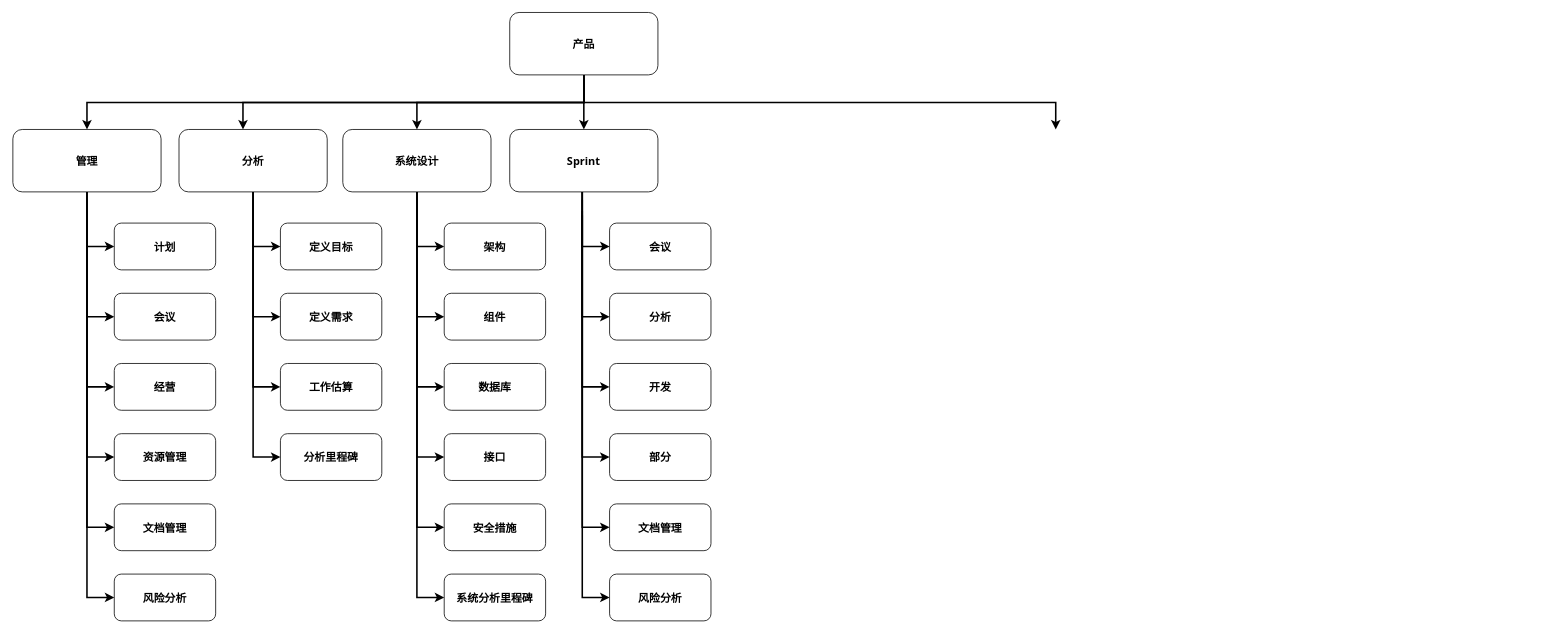
Earlier version of the draw.io diagram wbs-dr.drawio (RAND1925/drawio_draft). Source tidied: cells renumbered, new cells numbered last; positions are measured from the earlier drawing's top-left corner, leaving out a move shared by most shapes. Both pictures are drawn from the tidied source at 78%, with x=0, y=0 at pixel (12, 12).
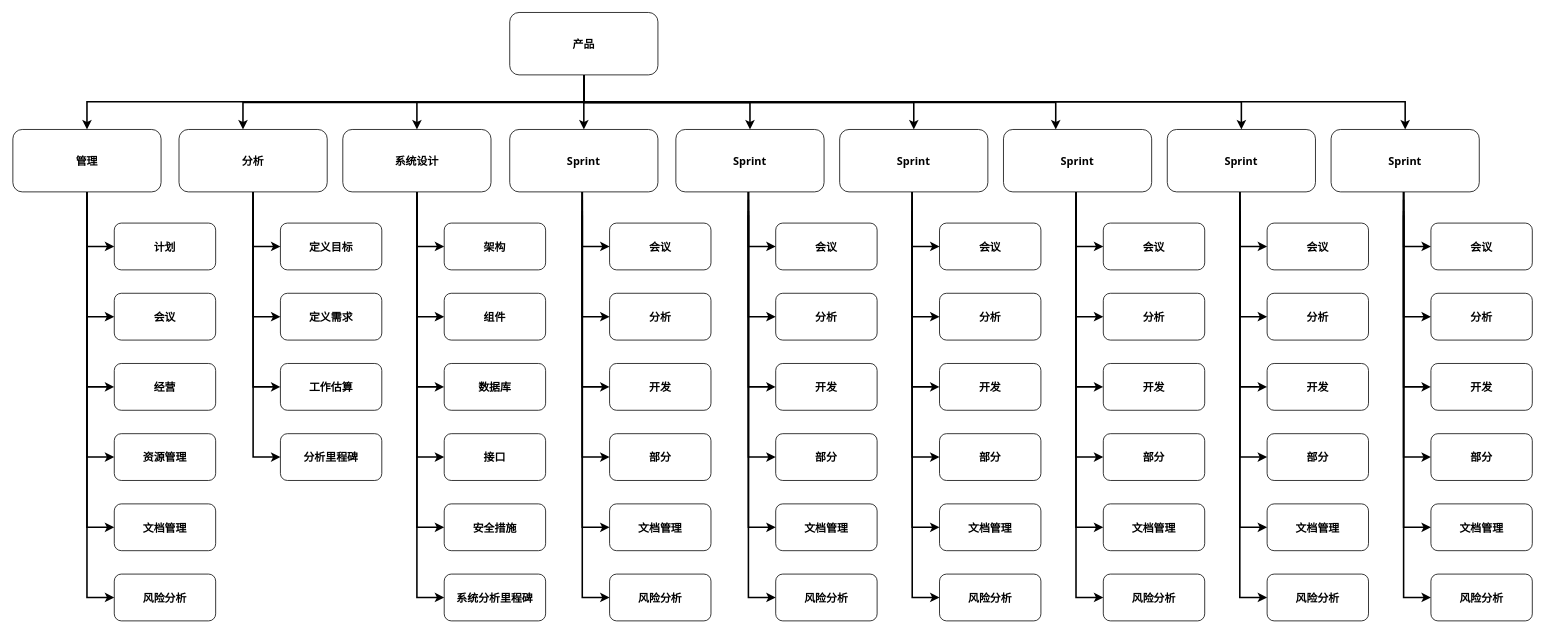
After the change.

Unchanged cells that the change refers to:
```xml
<mxCell id="2" value="产品" style="rounded=1;fontStyle=1;fontFamily=Tahoma;fontSize=14;" parent="1" vertex="1">
  <mxGeometry x="637" y="-0.5" width="190" height="80" as="geometry" />
</mxCell>
<mxCell id="4" value="Sprint" style="rounded=1;fontStyle=1;fontFamily=Tahoma;fontSize=14;" parent="1" vertex="1">
  <mxGeometry x="637" y="149.5" width="190" height="80" as="geometry" />
</mxCell>
<mxCell id="5" value="管理" style="rounded=1;fontStyle=1;fontFamily=Tahoma;fontSize=14;" parent="1" vertex="1">
  <mxGeometry y="149.5" width="190" height="80" as="geometry" />
</mxCell>
<mxCell id="29" value="系统设计" style="rounded=1;fontStyle=1;fontFamily=Tahoma;fontSize=14;" parent="1" vertex="1">
  <mxGeometry x="423" y="149.5" width="190" height="80" as="geometry" />
</mxCell>
<mxCell id="40" value="系统分析里程碑" style="rounded=1;fontStyle=1;fontFamily=Tahoma;fontSize=14;" parent="1" vertex="1">
  <mxGeometry x="553" y="719.5" width="130" height="60" as="geometry" />
</mxCell>
```

What changed in the source:
```diff
@@
     <mxCell id="10" style="edgeStyle=elbowEdgeStyle;elbow=vertical;strokeWidth=2;rounded=0;" parent="1" edge="1" source="2" target="5">
-      <mxGeometry x="-23" y="135.5" as="geometry" />
+      <mxGeometry x="-23" y="135.5" as="geometry">
+        <Array as="points">
+          <mxPoint x="420" y="114" />
+        </Array>
+      </mxGeometry>
     </mxCell>
@@
     <mxCell id="38" style="edgeStyle=elbowEdgeStyle;elbow=vertical;strokeWidth=2;rounded=0;entryX=0.5;entryY=0;entryDx=0;entryDy=0;exitX=0.5;exitY=1;exitDx=0;exitDy=0;" parent="1" edge="1" source="2" target="29">
-      <mxGeometry x="-25" y="135.5" as="geometry" />
+      <mxGeometry x="-25" y="135.5" as="geometry">
+        <Array as="points">
+          <mxPoint x="630" y="114" />
+        </Array>
+      </mxGeometry>
     </mxCell>
@@
     <mxCell id="42" style="edgeStyle=elbowEdgeStyle;elbow=horizontal;strokeWidth=2;rounded=0;entryX=0;entryY=0.5;entryDx=0;entryDy=0;" parent="1" edge="1" target="40">
       <mxGeometry x="413" y="220" as="geometry">
         <mxPoint x="518" y="314" as="sourcePoint" />
         <Array as="points">
+          <mxPoint x="518" y="514" />
           <mxPoint x="518" y="424" />
         </Array>
       </mxGeometry>
     </mxCell>
@@
-    <mxCell id="55" style="edgeStyle=elbowEdgeStyle;elbow=vertical;strokeWidth=2;rounded=0;entryX=0.5;entryY=0;entryDx=0;entryDy=0;" parent="1" edge="1" target="4">
-      <mxGeometry x="-15" y="145.5" as="geometry">
-        <mxPoint x="732" y="84" as="sourcePoint" />
-        <Array as="points">
-          <mxPoint x="740" y="116" />
-        </Array>
-      </mxGeometry>
-    </mxCell>
+    <mxCell id="56" value="Sprint" style="rounded=1;fontStyle=1;fontFamily=Tahoma;fontSize=14;" parent="1" vertex="1">
+      <mxGeometry x="850" y="149.5" width="190" height="80" as="geometry" />
+    </mxCell>
+    <mxCell id="57" value="会议" style="rounded=1;fontStyle=1;fontFamily=Tahoma;fontSize=14;" parent="1" vertex="1">
+      <mxGeometry x="978" y="269.5" width="130" height="60" as="geometry" />
+    </mxCell>
+    <mxCell id="58" value="分析" style="rounded=1;fontStyle=1;fontFamily=Tahoma;fontSize=14;" parent="1" vertex="1">
+      <mxGeometry x="978" y="359.5" width="130" height="60" as="geometry" />
+    </mxCell>
+    <mxCell id="59" value="开发" style="rounded=1;fontStyle=1;fontFamily=Tahoma;fontSize=14;" parent="1" vertex="1">
+      <mxGeometry x="978" y="449.5" width="130" height="60" as="geometry" />
+    </mxCell>
+    <mxCell id="60" style="edgeStyle=elbowEdgeStyle;elbow=horizontal;strokeWidth=2;rounded=0;" parent="1" edge="1" target="57">
+      <mxGeometry x="838" y="135.5" as="geometry">
+        <mxPoint x="943" y="229.5" as="sourcePoint" />
+        <Array as="points">
+          <mxPoint x="943" y="249.5" />
+        </Array>
+      </mxGeometry>
+    </mxCell>
+    <mxCell id="61" style="edgeStyle=elbowEdgeStyle;elbow=horizontal;strokeWidth=2;rounded=0;" parent="1" edge="1" target="58">
+      <mxGeometry x="838" y="135.5" as="geometry">
+        <mxPoint x="943" y="229.5" as="sourcePoint" />
+        <Array as="points">
+          <mxPoint x="943" y="289.5" />
+        </Array>
+      </mxGeometry>
+    </mxCell>
+    <mxCell id="62" style="edgeStyle=elbowEdgeStyle;elbow=horizontal;strokeWidth=2;rounded=0;" parent="1" edge="1" target="59">
+      <mxGeometry x="838" y="135.5" as="geometry">
+        <mxPoint x="943" y="229.5" as="sourcePoint" />
+        <Array as="points">
+          <mxPoint x="943" y="339.5" />
+        </Array>
+      </mxGeometry>
+    </mxCell>
+    <mxCell id="63" value="部分" style="rounded=1;fontStyle=1;fontFamily=Tahoma;fontSize=14;" parent="1" vertex="1">
+      <mxGeometry x="978" y="539.5" width="130" height="60" as="geometry" />
+    </mxCell>
+    <mxCell id="64" value="文档管理" style="rounded=1;fontStyle=1;fontFamily=Tahoma;fontSize=14;" parent="1" vertex="1">
+      <mxGeometry x="978" y="629.5" width="130" height="60" as="geometry" />
+    </mxCell>
+    <mxCell id="65" value="风险分析" style="rounded=1;fontStyle=1;fontFamily=Tahoma;fontSize=14;" parent="1" vertex="1">
+      <mxGeometry x="978" y="719.5" width="130" height="60" as="geometry" />
+    </mxCell>
+    <mxCell id="66" style="edgeStyle=elbowEdgeStyle;elbow=horizontal;strokeWidth=2;rounded=0;entryX=0;entryY=0.5;entryDx=0;entryDy=0;" parent="1" edge="1" target="63">
+      <mxGeometry x="838" y="145.5" as="geometry">
+        <mxPoint x="943" y="239.5" as="sourcePoint" />
+        <Array as="points">
+          <mxPoint x="943" y="349.5" />
+        </Array>
+      </mxGeometry>
+    </mxCell>
+    <mxCell id="67" style="edgeStyle=elbowEdgeStyle;elbow=horizontal;strokeWidth=2;rounded=0;entryX=0;entryY=0.5;entryDx=0;entryDy=0;" parent="1" edge="1" target="64">
+      <mxGeometry x="838" y="160" as="geometry">
+        <mxPoint x="943" y="254" as="sourcePoint" />
+        <Array as="points">
+          <mxPoint x="943" y="364" />
+        </Array>
+      </mxGeometry>
+    </mxCell>
+    <mxCell id="68" style="edgeStyle=elbowEdgeStyle;elbow=horizontal;strokeWidth=2;rounded=0;entryX=0;entryY=0.5;entryDx=0;entryDy=0;" parent="1" edge="1" target="65">
+      <mxGeometry x="838" y="165.5" as="geometry">
+        <mxPoint x="943" y="259.5" as="sourcePoint" />
+        <Array as="points">
+          <mxPoint x="943" y="369.5" />
+        </Array>
+      </mxGeometry>
+    </mxCell>
+    <mxCell id="69" value="Sprint" style="rounded=1;fontStyle=1;fontFamily=Tahoma;fontSize=14;" parent="1" vertex="1">
+      <mxGeometry x="1060" y="149.5" width="190" height="80" as="geometry" />
+    </mxCell>
+    <mxCell id="70" value="会议" style="rounded=1;fontStyle=1;fontFamily=Tahoma;fontSize=14;" parent="1" vertex="1">
+      <mxGeometry x="1188" y="269.5" width="130" height="60" as="geometry" />
+    </mxCell>
+    <mxCell id="71" value="分析" style="rounded=1;fontStyle=1;fontFamily=Tahoma;fontSize=14;" parent="1" vertex="1">
+      <mxGeometry x="1188" y="359.5" width="130" height="60" as="geometry" />
+    </mxCell>
+    <mxCell id="72" value="开发" style="rounded=1;fontStyle=1;fontFamily=Tahoma;fontSize=14;" parent="1" vertex="1">
+      <mxGeometry x="1188" y="449.5" width="130" height="60" as="geometry" />
+    </mxCell>
+    <mxCell id="73" style="edgeStyle=elbowEdgeStyle;elbow=horizontal;strokeWidth=2;rounded=0;" parent="1" edge="1" target="70">
+      <mxGeometry x="1048" y="135.5" as="geometry">
+        <mxPoint x="1153" y="229.5" as="sourcePoint" />
+        <Array as="points">
+          <mxPoint x="1153" y="249.5" />
+        </Array>
+      </mxGeometry>
+    </mxCell>
+    <mxCell id="74" style="edgeStyle=elbowEdgeStyle;elbow=horizontal;strokeWidth=2;rounded=0;" parent="1" edge="1" target="71">
+      <mxGeometry x="1048" y="135.5" as="geometry">
+        <mxPoint x="1153" y="229.5" as="sourcePoint" />
+        <Array as="points">
+          <mxPoint x="1153" y="289.5" />
+        </Array>
+      </mxGeometry>
+    </mxCell>
+    <mxCell id="75" style="edgeStyle=elbowEdgeStyle;elbow=horizontal;strokeWidth=2;rounded=0;" parent="1" edge="1" target="72">
+      <mxGeometry x="1048" y="135.5" as="geometry">
+        <mxPoint x="1153" y="229.5" as="sourcePoint" />
+        <Array as="points">
+          <mxPoint x="1153" y="339.5" />
+        </Array>
+      </mxGeometry>
+    </mxCell>
+    <mxCell id="76" value="部分" style="rounded=1;fontStyle=1;fontFamily=Tahoma;fontSize=14;" parent="1" vertex="1">
+      <mxGeometry x="1188" y="539.5" width="130" height="60" as="geometry" />
+    </mxCell>
+    <mxCell id="77" value="文档管理" style="rounded=1;fontStyle=1;fontFamily=Tahoma;fontSize=14;" parent="1" vertex="1">
+      <mxGeometry x="1188" y="629.5" width="130" height="60" as="geometry" />
+    </mxCell>
+    <mxCell id="78" value="风险分析" style="rounded=1;fontStyle=1;fontFamily=Tahoma;fontSize=14;" parent="1" vertex="1">
+      <mxGeometry x="1188" y="719.5" width="130" height="60" as="geometry" />
+    </mxCell>
+    <mxCell id="79" style="edgeStyle=elbowEdgeStyle;elbow=horizontal;strokeWidth=2;rounded=0;entryX=0;entryY=0.5;entryDx=0;entryDy=0;" parent="1" edge="1" target="76">
+      <mxGeometry x="1048" y="145.5" as="geometry">
+        <mxPoint x="1153" y="239.5" as="sourcePoint" />
+        <Array as="points">
+          <mxPoint x="1153" y="349.5" />
+        </Array>
+      </mxGeometry>
+    </mxCell>
+    <mxCell id="80" style="edgeStyle=elbowEdgeStyle;elbow=horizontal;strokeWidth=2;rounded=0;entryX=0;entryY=0.5;entryDx=0;entryDy=0;" parent="1" edge="1" target="77">
+      <mxGeometry x="1048" y="160" as="geometry">
+        <mxPoint x="1153" y="254" as="sourcePoint" />
+        <Array as="points">
+          <mxPoint x="1153" y="364" />
+        </Array>
+      </mxGeometry>
+    </mxCell>
+    <mxCell id="81" style="edgeStyle=elbowEdgeStyle;elbow=horizontal;strokeWidth=2;rounded=0;entryX=0;entryY=0.5;entryDx=0;entryDy=0;" parent="1" edge="1" target="78">
+      <mxGeometry x="1048" y="165.5" as="geometry">
+        <mxPoint x="1153" y="259.5" as="sourcePoint" />
+        <Array as="points">
+          <mxPoint x="1153" y="369.5" />
+        </Array>
+      </mxGeometry>
+    </mxCell>
+    <mxCell id="82" value="Sprint" style="rounded=1;fontStyle=1;fontFamily=Tahoma;fontSize=14;" parent="1" vertex="1">
+      <mxGeometry x="1270" y="149.5" width="190" height="80" as="geometry" />
+    </mxCell>
+    <mxCell id="83" value="会议" style="rounded=1;fontStyle=1;fontFamily=Tahoma;fontSize=14;" parent="1" vertex="1">
+      <mxGeometry x="1398" y="269.5" width="130" height="60" as="geometry" />
+    </mxCell>
+    <mxCell id="84" value="分析" style="rounded=1;fontStyle=1;fontFamily=Tahoma;fontSize=14;" parent="1" vertex="1">
+      <mxGeometry x="1398" y="359.5" width="130" height="60" as="geometry" />
+    </mxCell>
+    <mxCell id="85" value="开发" style="rounded=1;fontStyle=1;fontFamily=Tahoma;fontSize=14;" parent="1" vertex="1">
+      <mxGeometry x="1398" y="449.5" width="130" height="60" as="geometry" />
+    </mxCell>
+    <mxCell id="86" style="edgeStyle=elbowEdgeStyle;elbow=horizontal;strokeWidth=2;rounded=0;" parent="1" edge="1" target="83">
+      <mxGeometry x="1258" y="135.5" as="geometry">
+        <mxPoint x="1363" y="229.5" as="sourcePoint" />
+        <Array as="points">
+          <mxPoint x="1363" y="249.5" />
+        </Array>
+      </mxGeometry>
+    </mxCell>
+    <mxCell id="87" style="edgeStyle=elbowEdgeStyle;elbow=horizontal;strokeWidth=2;rounded=0;" parent="1" edge="1" target="84">
+      <mxGeometry x="1258" y="135.5" as="geometry">
+        <mxPoint x="1363" y="229.5" as="sourcePoint" />
+        <Array as="points">
+          <mxPoint x="1363" y="289.5" />
+        </Array>
+      </mxGeometry>
+    </mxCell>
+    <mxCell id="88" style="edgeStyle=elbowEdgeStyle;elbow=horizontal;strokeWidth=2;rounded=0;" parent="1" edge="1" target="85">
+      <mxGeometry x="1258" y="135.5" as="geometry">
+        <mxPoint x="1363" y="229.5" as="sourcePoint" />
+        <Array as="points">
+          <mxPoint x="1363" y="339.5" />
+        </Array>
+      </mxGeometry>
+    </mxCell>
+    <mxCell id="89" value="部分" style="rounded=1;fontStyle=1;fontFamily=Tahoma;fontSize=14;" parent="1" vertex="1">
+      <mxGeometry x="1398" y="539.5" width="130" height="60" as="geometry" />
+    </mxCell>
+    <mxCell id="90" value="文档管理" style="rounded=1;fontStyle=1;fontFamily=Tahoma;fontSize=14;" parent="1" vertex="1">
+      <mxGeometry x="1398" y="629.5" width="130" height="60" as="geometry" />
+    </mxCell>
+    <mxCell id="91" value="风险分析" style="rounded=1;fontStyle=1;fontFamily=Tahoma;fontSize=14;" parent="1" vertex="1">
+      <mxGeometry x="1398" y="719.5" width="130" height="60" as="geometry" />
+    </mxCell>
+    <mxCell id="92" style="edgeStyle=elbowEdgeStyle;elbow=horizontal;strokeWidth=2;rounded=0;entryX=0;entryY=0.5;entryDx=0;entryDy=0;" parent="1" edge="1" target="89">
+      <mxGeometry x="1258" y="145.5" as="geometry">
+        <mxPoint x="1363" y="239.5" as="sourcePoint" />
+        <Array as="points">
+          <mxPoint x="1363" y="349.5" />
+        </Array>
+      </mxGeometry>
+    </mxCell>
+    <mxCell id="93" style="edgeStyle=elbowEdgeStyle;elbow=horizontal;strokeWidth=2;rounded=0;entryX=0;entryY=0.5;entryDx=0;entryDy=0;" parent="1" edge="1" target="90">
+      <mxGeometry x="1258" y="160" as="geometry">
+        <mxPoint x="1363" y="254" as="sourcePoint" />
+        <Array as="points">
+          <mxPoint x="1363" y="364" />
+        </Array>
+      </mxGeometry>
+    </mxCell>
+    <mxCell id="94" style="edgeStyle=elbowEdgeStyle;elbow=horizontal;strokeWidth=2;rounded=0;entryX=0;entryY=0.5;entryDx=0;entryDy=0;" parent="1" edge="1" target="91">
+      <mxGeometry x="1258" y="165.5" as="geometry">
+        <mxPoint x="1363" y="259.5" as="sourcePoint" />
+        <Array as="points">
+          <mxPoint x="1363" y="369.5" />
+        </Array>
+      </mxGeometry>
+    </mxCell>
+    <mxCell id="95" value="Sprint" style="rounded=1;fontStyle=1;fontFamily=Tahoma;fontSize=14;" parent="1" vertex="1">
+      <mxGeometry x="1480" y="149.5" width="190" height="80" as="geometry" />
+    </mxCell>
+    <mxCell id="96" value="会议" style="rounded=1;fontStyle=1;fontFamily=Tahoma;fontSize=14;" parent="1" vertex="1">
+      <mxGeometry x="1608" y="269.5" width="130" height="60" as="geometry" />
+    </mxCell>
+    <mxCell id="97" value="分析" style="rounded=1;fontStyle=1;fontFamily=Tahoma;fontSize=14;" parent="1" vertex="1">
+      <mxGeometry x="1608" y="359.5" width="130" height="60" as="geometry" />
+    </mxCell>
+    <mxCell id="98" value="开发" style="rounded=1;fontStyle=1;fontFamily=Tahoma;fontSize=14;" parent="1" vertex="1">
+      <mxGeometry x="1608" y="449.5" width="130" height="60" as="geometry" />
+    </mxCell>
+    <mxCell id="99" style="edgeStyle=elbowEdgeStyle;elbow=horizontal;strokeWidth=2;rounded=0;" parent="1" edge="1" target="96">
+      <mxGeometry x="1468" y="135.5" as="geometry">
+        <mxPoint x="1573" y="229.5" as="sourcePoint" />
+        <Array as="points">
+          <mxPoint x="1573" y="249.5" />
+        </Array>
+      </mxGeometry>
+    </mxCell>
+    <mxCell id="100" style="edgeStyle=elbowEdgeStyle;elbow=horizontal;strokeWidth=2;rounded=0;" parent="1" edge="1" target="97">
+      <mxGeometry x="1468" y="135.5" as="geometry">
+        <mxPoint x="1573" y="229.5" as="sourcePoint" />
+        <Array as="points">
+          <mxPoint x="1573" y="289.5" />
+        </Array>
+      </mxGeometry>
+    </mxCell>
+    <mxCell id="101" style="edgeStyle=elbowEdgeStyle;elbow=horizontal;strokeWidth=2;rounded=0;" parent="1" edge="1" target="98">
+      <mxGeometry x="1468" y="135.5" as="geometry">
+        <mxPoint x="1573" y="229.5" as="sourcePoint" />
+        <Array as="points">
+          <mxPoint x="1573" y="339.5" />
+        </Array>
+      </mxGeometry>
+    </mxCell>
+    <mxCell id="102" value="部分" style="rounded=1;fontStyle=1;fontFamily=Tahoma;fontSize=14;" parent="1" vertex="1">
+      <mxGeometry x="1608" y="539.5" width="130" height="60" as="geometry" />
+    </mxCell>
+    <mxCell id="103" value="文档管理" style="rounded=1;fontStyle=1;fontFamily=Tahoma;fontSize=14;" parent="1" vertex="1">
+      <mxGeometry x="1608" y="629.5" width="130" height="60" as="geometry" />
+    </mxCell>
+    <mxCell id="104" value="风险分析" style="rounded=1;fontStyle=1;fontFamily=Tahoma;fontSize=14;" parent="1" vertex="1">
+      <mxGeometry x="1608" y="719.5" width="130" height="60" as="geometry" />
+    </mxCell>
+    <mxCell id="105" style="edgeStyle=elbowEdgeStyle;elbow=horizontal;strokeWidth=2;rounded=0;entryX=0;entryY=0.5;entryDx=0;entryDy=0;" parent="1" edge="1" target="102">
+      <mxGeometry x="1468" y="145.5" as="geometry">
+        <mxPoint x="1573" y="239.5" as="sourcePoint" />
+        <Array as="points">
+          <mxPoint x="1573" y="349.5" />
+        </Array>
+      </mxGeometry>
+    </mxCell>
+    <mxCell id="106" style="edgeStyle=elbowEdgeStyle;elbow=horizontal;strokeWidth=2;rounded=0;entryX=0;entryY=0.5;entryDx=0;entryDy=0;" parent="1" edge="1" target="103">
+      <mxGeometry x="1468" y="160" as="geometry">
+        <mxPoint x="1573" y="254" as="sourcePoint" />
+        <Array as="points">
+          <mxPoint x="1573" y="364" />
+        </Array>
+      </mxGeometry>
+    </mxCell>
+    <mxCell id="107" style="edgeStyle=elbowEdgeStyle;elbow=horizontal;strokeWidth=2;rounded=0;entryX=0;entryY=0.5;entryDx=0;entryDy=0;" parent="1" edge="1" target="104">
+      <mxGeometry x="1468" y="165.5" as="geometry">
+        <mxPoint x="1573" y="259.5" as="sourcePoint" />
+        <Array as="points">
+          <mxPoint x="1573" y="369.5" />
+        </Array>
+      </mxGeometry>
+    </mxCell>
+    <mxCell id="108" value="Sprint" style="rounded=1;fontStyle=1;fontFamily=Tahoma;fontSize=14;" parent="1" vertex="1">
+      <mxGeometry x="1690" y="149.5" width="190" height="80" as="geometry" />
+    </mxCell>
+    <mxCell id="109" value="会议" style="rounded=1;fontStyle=1;fontFamily=Tahoma;fontSize=14;" parent="1" vertex="1">
+      <mxGeometry x="1818" y="269.5" width="130" height="60" as="geometry" />
+    </mxCell>
+    <mxCell id="110" value="分析" style="rounded=1;fontStyle=1;fontFamily=Tahoma;fontSize=14;" parent="1" vertex="1">
+      <mxGeometry x="1818" y="359.5" width="130" height="60" as="geometry" />
+    </mxCell>
+    <mxCell id="111" value="开发" style="rounded=1;fontStyle=1;fontFamily=Tahoma;fontSize=14;" parent="1" vertex="1">
+      <mxGeometry x="1818" y="449.5" width="130" height="60" as="geometry" />
+    </mxCell>
+    <mxCell id="112" style="edgeStyle=elbowEdgeStyle;elbow=horizontal;strokeWidth=2;rounded=0;" parent="1" edge="1" target="109">
+      <mxGeometry x="1678" y="135.5" as="geometry">
+        <mxPoint x="1783" y="229.5" as="sourcePoint" />
+        <Array as="points">
+          <mxPoint x="1783" y="249.5" />
+        </Array>
+      </mxGeometry>
+    </mxCell>
+    <mxCell id="113" style="edgeStyle=elbowEdgeStyle;elbow=horizontal;strokeWidth=2;rounded=0;" parent="1" edge="1" target="110">
+      <mxGeometry x="1678" y="135.5" as="geometry">
+        <mxPoint x="1783" y="229.5" as="sourcePoint" />
+        <Array as="points">
+          <mxPoint x="1783" y="289.5" />
+        </Array>
+      </mxGeometry>
+    </mxCell>
+    <mxCell id="114" style="edgeStyle=elbowEdgeStyle;elbow=horizontal;strokeWidth=2;rounded=0;" parent="1" edge="1" target="111">
+      <mxGeometry x="1678" y="135.5" as="geometry">
+        <mxPoint x="1783" y="229.5" as="sourcePoint" />
+        <Array as="points">
+          <mxPoint x="1783" y="339.5" />
+        </Array>
+      </mxGeometry>
+    </mxCell>
+    <mxCell id="115" value="部分" style="rounded=1;fontStyle=1;fontFamily=Tahoma;fontSize=14;" parent="1" vertex="1">
+      <mxGeometry x="1818" y="539.5" width="130" height="60" as="geometry" />
+    </mxCell>
+    <mxCell id="116" value="文档管理" style="rounded=1;fontStyle=1;fontFamily=Tahoma;fontSize=14;" parent="1" vertex="1">
+      <mxGeometry x="1818" y="629.5" width="130" height="60" as="geometry" />
+    </mxCell>
+    <mxCell id="117" value="风险分析" style="rounded=1;fontStyle=1;fontFamily=Tahoma;fontSize=14;" parent="1" vertex="1">
+      <mxGeometry x="1818" y="719.5" width="130" height="60" as="geometry" />
+    </mxCell>
+    <mxCell id="118" style="edgeStyle=elbowEdgeStyle;elbow=horizontal;strokeWidth=2;rounded=0;entryX=0;entryY=0.5;entryDx=0;entryDy=0;" parent="1" edge="1" target="115">
+      <mxGeometry x="1678" y="145.5" as="geometry">
+        <mxPoint x="1783" y="239.5" as="sourcePoint" />
+        <Array as="points">
+          <mxPoint x="1783" y="349.5" />
+        </Array>
+      </mxGeometry>
+    </mxCell>
+    <mxCell id="119" style="edgeStyle=elbowEdgeStyle;elbow=horizontal;strokeWidth=2;rounded=0;entryX=0;entryY=0.5;entryDx=0;entryDy=0;" parent="1" edge="1" target="116">
+      <mxGeometry x="1678" y="160" as="geometry">
+        <mxPoint x="1783" y="254" as="sourcePoint" />
+        <Array as="points">
+          <mxPoint x="1783" y="364" />
+        </Array>
+      </mxGeometry>
+    </mxCell>
+    <mxCell id="120" style="edgeStyle=elbowEdgeStyle;elbow=horizontal;strokeWidth=2;rounded=0;entryX=0;entryY=0.5;entryDx=0;entryDy=0;" parent="1" edge="1" target="117">
+      <mxGeometry x="1678" y="165.5" as="geometry">
+        <mxPoint x="1783" y="259.5" as="sourcePoint" />
+        <Array as="points">
+          <mxPoint x="1783" y="369.5" />
+        </Array>
+      </mxGeometry>
+    </mxCell>
+    <mxCell id="121" style="edgeStyle=elbowEdgeStyle;elbow=vertical;strokeWidth=2;rounded=0;entryX=0.5;entryY=0;entryDx=0;entryDy=0;exitX=0.5;exitY=1;exitDx=0;exitDy=0;" parent="1" edge="1" source="2" target="69">
+      <mxGeometry x="345.5" y="215.5" as="geometry" />
+    </mxCell>
+    <mxCell id="122" style="edgeStyle=elbowEdgeStyle;elbow=vertical;strokeWidth=2;rounded=0;entryX=0.5;entryY=0;entryDx=0;entryDy=0;exitX=0.5;exitY=1;exitDx=0;exitDy=0;" parent="1" edge="1" source="2" target="56">
+      <mxGeometry x="347" y="215.5" as="geometry" />
+    </mxCell>
+    <mxCell id="123" style="edgeStyle=elbowEdgeStyle;elbow=vertical;strokeWidth=2;rounded=0;entryX=0.5;entryY=0;entryDx=0;entryDy=0;exitX=0.5;exitY=1;exitDx=0;exitDy=0;" parent="1" edge="1" source="2" target="95">
+      <mxGeometry x="347" y="225.5" as="geometry">
+        <Array as="points">
+          <mxPoint x="1170" y="114" />
+        </Array>
+      </mxGeometry>
+    </mxCell>
+    <mxCell id="124" style="edgeStyle=elbowEdgeStyle;elbow=vertical;strokeWidth=2;rounded=0;entryX=0.5;entryY=0;entryDx=0;entryDy=0;exitX=0.5;exitY=1;exitDx=0;exitDy=0;" parent="1" edge="1" source="2" target="108">
+      <mxGeometry x="357" y="235.5" as="geometry">
+        <Array as="points">
+          <mxPoint x="1270" y="114" />
+        </Array>
+      </mxGeometry>
+    </mxCell>
+    <mxCell id="125" style="edgeStyle=elbowEdgeStyle;elbow=vertical;strokeWidth=2;rounded=0;entryX=0.5;entryY=0;entryDx=0;entryDy=0;exitX=0.5;exitY=1;exitDx=0;exitDy=0;" parent="1" edge="1" source="2" target="4">
+      <mxGeometry x="357" y="225.5" as="geometry">
+        <Array as="points">
+          <mxPoint x="732" y="114" />
+        </Array>
+      </mxGeometry>
+    </mxCell>
```
